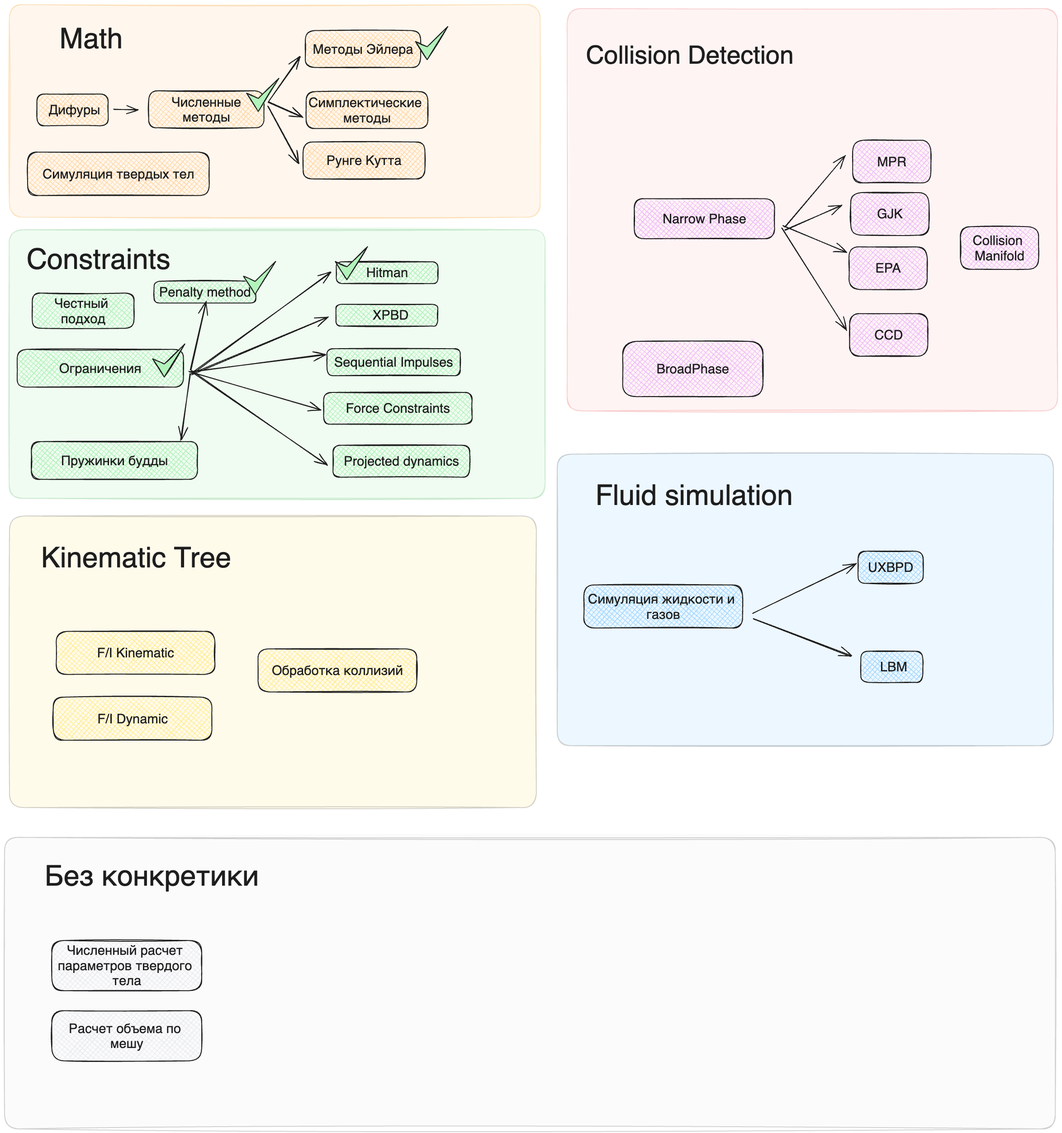
This is assets/images/main/lecture_plan.excalidraw.png from kozakromch/game_physics_2, a Excalidraw export, as it was before one commit. Source tidied: one line per element, renumbered; positions are measured from the earlier drawing's top-left corner, leaving out a move shared by most shapes.
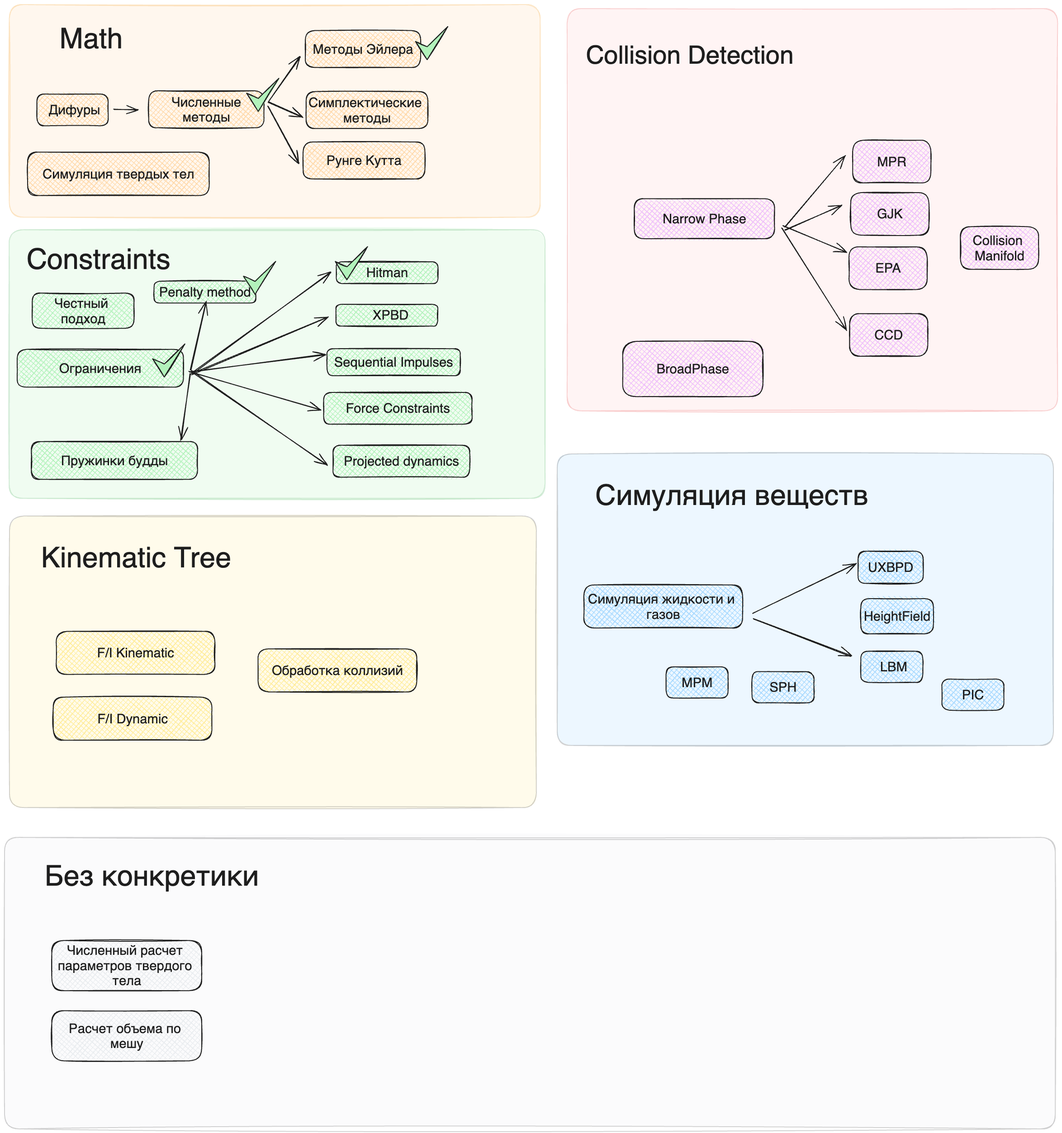
Above is the later version.

Change to the diagram source:
```diff
@@ -56,7 +56,7 @@
 {"id": 55, "type": "text", "text": "Collision Detection", "strokeColor": "#1e1e1e", "strokeWidth": 2, "roughness": 1, "fontSize": 55.46, "fontFamily": 2, "x": 1286, "y": 80, "width": 459, "height": 64}
 {"id": 56, "type": "text", "text": "Math", "strokeColor": "#1e1e1e", "strokeWidth": 2, "roughness": 1, "fontSize": 62.87, "fontFamily": 2, "x": 122, "y": 39, "width": 140, "height": 72}
 {"id": 57, "type": "text", "text": "Kinematic Tree", "strokeColor": "#1e1e1e", "strokeWidth": 2, "roughness": 1, "fontSize": 62.87, "fontFamily": 2, "x": 81, "y": 1187, "width": 420, "height": 72}
-{"id": 58, "type": "text", "text": "Fluid simulation", "strokeColor": "#1e1e1e", "strokeWidth": 2, "roughness": 1, "fontSize": 62.87, "fontFamily": 2, "x": 1306, "y": 1049, "width": 437, "height": 72}
+{"id": 58, "type": "text", "text": "Симуляция веществ", "strokeColor": "#1e1e1e", "strokeWidth": 2, "roughness": 1, "fontSize": 62.87, "fontFamily": 2, "x": 1307, "y": 1049, "width": 603, "height": 72}
 {"id": 59, "type": "rectangle", "strokeColor": "#1e1e1e", "backgroundColor": "#b2f2bb", "fillStyle": "cross-hatch", "strokeWidth": 2, "roughness": 1, "round": true, "x": 733, "y": 569, "width": 225, "height": 48}
 {"id": 60, "type": "text", "text": "Hitman", "strokeColor": "#1e1e1e", "backgroundColor": "#b2f2bb", "fillStyle": "cross-hatch", "strokeWidth": 2, "roughness": 1, "fontSize": 29.19, "fontFamily": 2, "textAlign": "center", "verticalAlign": "middle", "inside": 59, "x": 800, "y": 576, "width": 92, "height": 34}
 {"id": 61, "type": "arrow", "strokeColor": "#1e1e1e", "backgroundColor": "#b2f2bb", "fillStyle": "cross-hatch", "strokeWidth": 2, "roughness": 1, "endArrowhead": "arrow", "round": true, "from": 7, "to": 59, "x": 414, "y": 816, "width": 307, "height": 224, "points": [[0, 0], [307, -224]]}
@@ -92,3 +92,11 @@
 {"id": 91, "type": "line", "strokeColor": "#1e1e1e", "backgroundColor": "#b2f2bb", "fillStyle": "solid", "strokeWidth": 2, "roughness": 1, "x": 528, "y": 601, "width": 72, "height": 73, "points": [[0, 0], [26, 40], [72, -33], [26, 12], [0, 0]]}
 {"id": 92, "type": "line", "strokeColor": "#1e1e1e", "backgroundColor": "#b2f2bb", "fillStyle": "solid", "strokeWidth": 2, "roughness": 1, "x": 327, "y": 784, "width": 72, "height": 73, "points": [[0, 0], [26, 40], [72, -33], [26, 12], [0, 0]]}
 {"id": 93, "type": "line", "strokeColor": "#1e1e1e", "backgroundColor": "#b2f2bb", "fillStyle": "solid", "strokeWidth": 2, "roughness": 1, "x": 731, "y": 568, "width": 72, "height": 73, "points": [[0, 0], [26, 40], [72, -33], [26, 12], [0, 0]]}
+{"id": 94, "type": "rectangle", "strokeColor": "#1e1e1e", "backgroundColor": "#a5d8ff", "fillStyle": "cross-hatch", "strokeWidth": 2, "roughness": 1, "round": true, "x": 1463, "y": 1465, "width": 137, "height": 69}
+{"id": 95, "type": "text", "text": "MPM", "strokeColor": "#1e1e1e", "backgroundColor": "#a5d8ff", "fillStyle": "cross-hatch", "strokeWidth": 2, "roughness": 1, "fontSize": 29.19, "fontFamily": 2, "textAlign": "center", "verticalAlign": "middle", "inside": 94, "x": 1497, "y": 1483, "width": 68, "height": 34}
+{"id": 96, "type": "rectangle", "strokeColor": "#1e1e1e", "backgroundColor": "#a5d8ff", "fillStyle": "cross-hatch", "strokeWidth": 2, "roughness": 1, "round": true, "x": 1653, "y": 1476, "width": 137, "height": 69}
+{"id": 97, "type": "text", "text": "SPH", "strokeColor": "#1e1e1e", "backgroundColor": "#a5d8ff", "fillStyle": "cross-hatch", "strokeWidth": 2, "roughness": 1, "fontSize": 29.19, "fontFamily": 2, "textAlign": "center", "verticalAlign": "middle", "inside": 96, "x": 1691, "y": 1493, "width": 60, "height": 34}
+{"id": 98, "type": "rectangle", "strokeColor": "#1e1e1e", "backgroundColor": "#a5d8ff", "fillStyle": "cross-hatch", "strokeWidth": 2, "roughness": 1, "round": true, "x": 2072, "y": 1492, "width": 137, "height": 69}
+{"id": 99, "type": "text", "text": "PIC", "strokeColor": "#1e1e1e", "backgroundColor": "#a5d8ff", "fillStyle": "cross-hatch", "strokeWidth": 2, "roughness": 1, "fontSize": 29.19, "fontFamily": 2, "textAlign": "center", "verticalAlign": "middle", "inside": 98, "x": 2117, "y": 1510, "width": 49, "height": 34}
+{"id": 100, "type": "rectangle", "strokeColor": "#1e1e1e", "backgroundColor": "#a5d8ff", "fillStyle": "cross-hatch", "strokeWidth": 2, "roughness": 1, "round": true, "x": 1893, "y": 1314, "width": 160, "height": 78}
+{"id": 101, "type": "text", "text": "HeightField", "strokeColor": "#1e1e1e", "backgroundColor": "#a5d8ff", "fillStyle": "cross-hatch", "strokeWidth": 2, "roughness": 1, "fontSize": 29.19, "fontFamily": 2, "textAlign": "center", "verticalAlign": "middle", "inside": 100, "x": 1900, "y": 1336, "width": 148, "height": 34}
```
